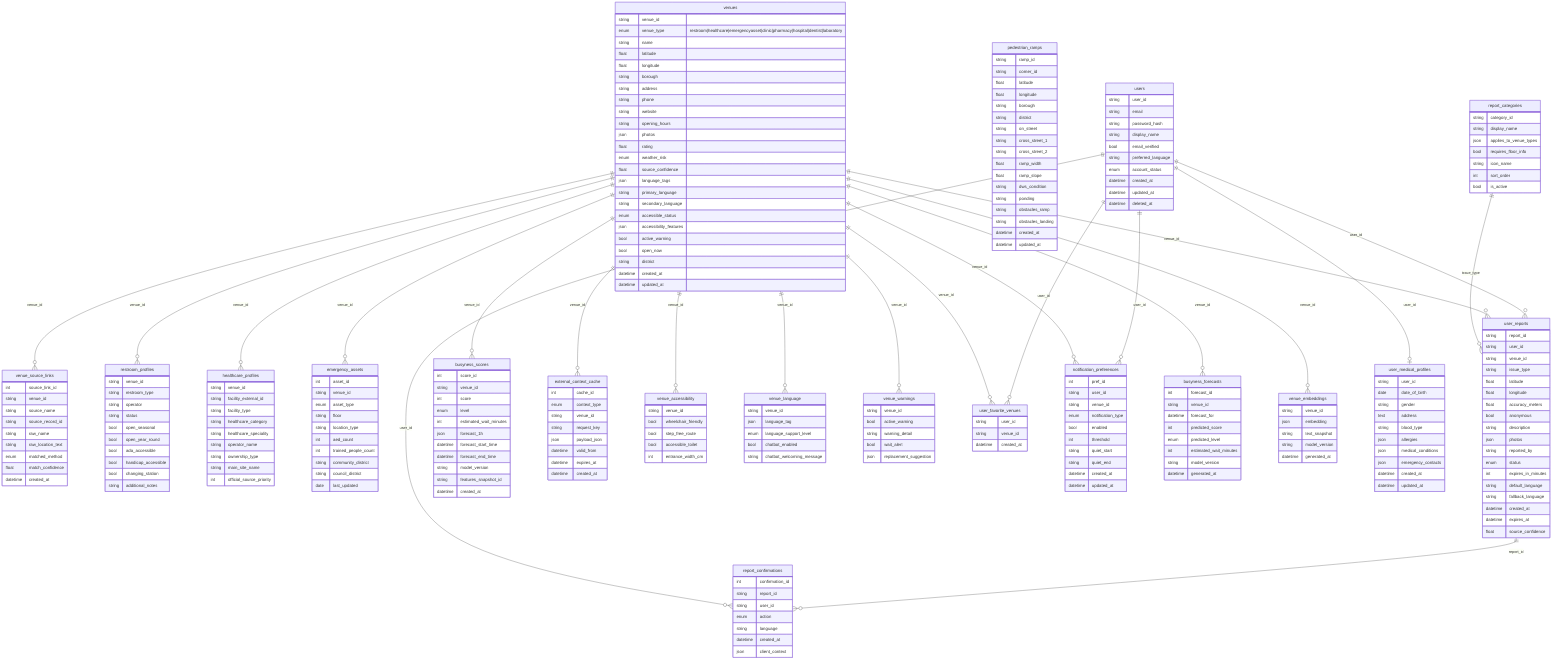
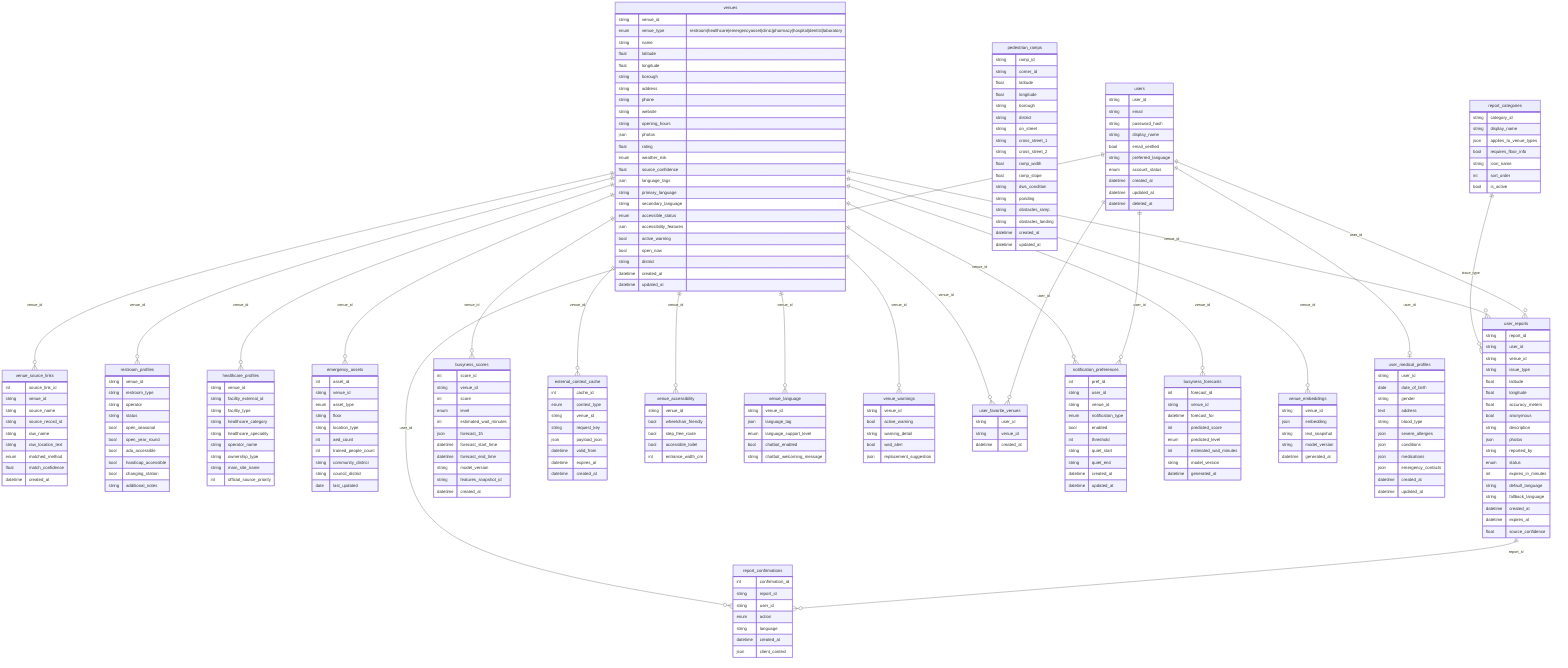
erDiagram

    %% ClearPath DB — 20 tables, 190 columns

    venues {
        string venue_id
        enum venue_type "restroom|healthcare|emergencyasset|clinic|pharmacy|hospital|dentist|laboratory"
        string name
        float latitude
        float longitude
        string borough
        string address
        string phone
        string website
        string opening_hours
        json photos
        float rating
        enum weather_risk
        float source_confidence
        json language_tags
        string primary_language
        string secondary_language
        enum accessible_status
        json accessibility_features
        bool active_warning
        bool open_now
        string district
        datetime created_at
        datetime updated_at
    }

    venue_source_links {
        int source_link_id
        string venue_id
        string source_name
        string source_record_id
        string raw_name
        string raw_location_text
        enum matched_method
        float match_confidence
        datetime created_at
    }

    restroom_profiles {
        string venue_id
        string restroom_type
        string operator
        string status
        bool open_seasonal
        bool open_year_round
        bool ada_accessible
        bool handicap_accessible
        bool changing_station
        string additional_notes
    }

    healthcare_profiles {
        string venue_id
        string facility_external_id
        string facility_type
        string healthcare_category
        string healthcare_speciality
        string operator_name
        string ownership_type
        string main_site_name
        int official_source_priority
    }

    emergency_assets {
        int asset_id
        string venue_id
        enum asset_type
        string floor
        string location_type
        int aed_count
        int trained_people_count
        string community_district
        string council_district
        date last_updated
    }

    pedestrian_ramps {
        string ramp_id
        string corner_id
        float latitude
        float longitude
        string borough
        string district
        string on_street
        string cross_street_1
        string cross_street_2
        float ramp_width
        float ramp_slope
        string dws_condition
        string ponding
        string obstacles_ramp
        string obstacles_landing
        datetime created_at
        datetime updated_at
    }

    user_reports {
        string report_id
        string user_id
        string venue_id
        string issue_type
        float latitude
        float longitude
        float accuracy_meters
        bool anonymous
        string description
        json photos
        string reported_by
        enum status
        int expires_in_minutes
        string default_language
        string fallback_language
        datetime created_at
        datetime expires_at
        float source_confidence
    }

    report_confirmations {
        int confirmation_id
        string report_id
        string user_id
        enum action
        string language
        datetime created_at
        json client_context
    }

    busyness_scores {
        int score_id
        string venue_id
        int score
        enum level
        int estimated_wait_minutes
        json forecast_1h
        datetime forecast_start_time
        datetime forecast_end_time
        string model_version
        string features_snapshot_id
        datetime created_at
    }

    external_context_cache {
        int cache_id
        enum context_type
        string venue_id
        string request_key
        json payload_json
        datetime valid_from
        datetime expires_at
        datetime created_at
    }

    venue_accessibility {
        string venue_id
        bool wheelchair_friendly
        bool step_free_route
        bool accessible_toilet
        int entrance_width_cm
    }

    venue_language {
        string venue_id
        json language_tag
        enum language_support_level
        bool chatbot_enabled
        string chatbot_welcoming_message
    }

    venue_warnings {
        string venue_id
        bool active_warning
        string warning_detail
        bool wait_alert
        json replacement_suggestion
    }

    users {
        string user_id
        string email
        string password_hash
        string display_name
        bool email_verified
        string preferred_language
        enum account_status
        datetime created_at
        datetime updated_at
        datetime deleted_at
    }

    user_favorite_venues {
        string user_id
        string venue_id
        datetime created_at
    }

    notification_preferences {
        int pref_id
        string user_id
        string venue_id
        enum notification_type
        bool enabled
        int threshold
        string quiet_start
        string quiet_end
        datetime created_at
        datetime updated_at
    }

    report_categories {
        string category_id
        string display_name
        json applies_to_venue_types
        bool requires_floor_info
        string icon_name
        int sort_order
        bool is_active
    }

    busyness_forecasts {
        int forecast_id
        string venue_id
        datetime forecast_for
        int predicted_score
        enum predicted_level
        int estimated_wait_minutes
        string model_version
        datetime generated_at
    }

    venue_embeddings {
        string venue_id
        json embedding
        string text_snapshot
        string model_version
        datetime generated_at
    }

    user_medical_profiles {
        string user_id
        date date_of_birth
        string gender
        text address
        string blood_type
-         json allergies
-         json medical_conditions
+         json severe_allergies
+         json conditions
+         json medications
        json emergency_contacts
        datetime created_at
        datetime updated_at
    }

    %% Relationships
    venues ||--o{ venue_source_links : "venue_id"
    venues ||--o{ restroom_profiles : "venue_id"
    venues ||--o{ healthcare_profiles : "venue_id"
    venues ||--o{ emergency_assets : "venue_id"
    users ||--o{ user_reports : "user_id"
    venues ||--o{ user_reports : "venue_id"
    report_categories ||--o{ user_reports : "issue_type"
    user_reports ||--o{ report_confirmations : "report_id"
    users ||--o{ report_confirmations : "user_id"
    users ||--o| user_medical_profiles : "user_id"
    venues ||--o{ busyness_scores : "venue_id"
    venues ||--o{ external_context_cache : "venue_id"
    venues ||--o{ venue_accessibility : "venue_id"
    venues ||--o{ venue_language : "venue_id"
    venues ||--o{ venue_warnings : "venue_id"
    users ||--o{ user_favorite_venues : "user_id"
    venues ||--o{ user_favorite_venues : "venue_id"
    users ||--o{ notification_preferences : "user_id"
    venues ||--o{ notification_preferences : "venue_id"
    venues ||--o{ busyness_forecasts : "venue_id"
-     venues ||--o{ venue_embeddings : "venue_id"+     venues ||--o{ venue_embeddings : "venue_id"
